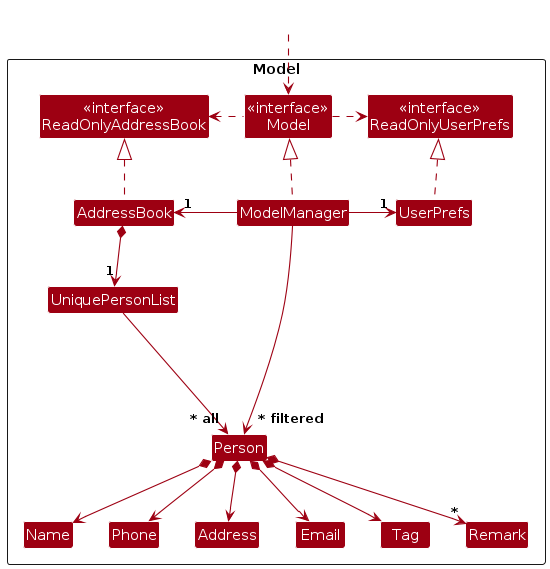
Above: diagrams/ModelClassDiagram.png in hazzle23/tp (PlantUML), before the change. Its source is kept beside it as diagrams/ModelClassDiagram.puml. Source of this version:
```plantuml
@startuml
!include style.puml
skinparam arrowThickness 1.1
skinparam arrowColor MODEL_COLOR
skinparam classBackgroundColor MODEL_COLOR

Package Model as ModelPackage <<Rectangle>>{
Class "<<interface>>\nReadOnlyAddressBook" as ReadOnlyAddressBook
Class "<<interface>>\nReadOnlyUserPrefs" as ReadOnlyUserPrefs
Class "<<interface>>\nModel" as Model
Class AddressBook
Class ModelManager
Class UserPrefs

Class UniquePersonList
Class Person
Class Address
Class Email
Class Name
Class Phone
Class Tag
Class Remark

Class I #FFFFFF
}

Class HiddenOutside #FFFFFF
HiddenOutside ..> Model

AddressBook .up.|> ReadOnlyAddressBook

ModelManager .up.|> Model
Model .right.> ReadOnlyUserPrefs
Model .left.> ReadOnlyAddressBook
ModelManager -left-> "1" AddressBook
ModelManager -right-> "1" UserPrefs
UserPrefs .up.|> ReadOnlyUserPrefs

AddressBook *--> "1" UniquePersonList
UniquePersonList --> "~* all" Person
Person *--> Name
Person *--> Phone
Person *--> Email
Person *--> Address
Person *--> Tag
Person *--> "*" Remark

Person -[hidden]up--> I
UniquePersonList -[hidden]right-> I

Name -[hidden]right-> Phone
Phone -[hidden]right-> Address
Address -[hidden]right-> Email


ModelManager --> "~* filtered" Person
@enduml
```
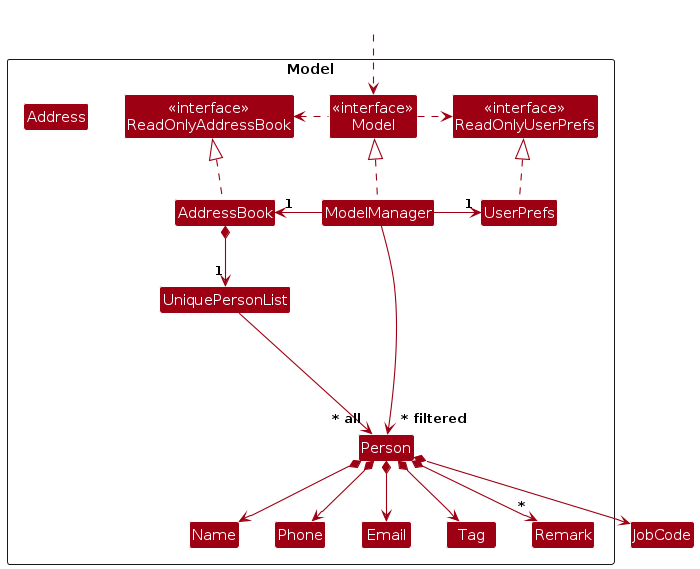
Later version of the same file.

What changed in the source:
```diff
@@ -41,7 +41,7 @@
 Person *--> Name
 Person *--> Phone
 Person *--> Email
-Person *--> Address
+Person *--> JobCode
 Person *--> Tag
 Person *--> "*" Remark
 
@@ -49,8 +49,8 @@
 UniquePersonList -[hidden]right-> I
 
 Name -[hidden]right-> Phone
-Phone -[hidden]right-> Address
-Address -[hidden]right-> Email
+Phone -[hidden]right-> JobCode
+JobCode -[hidden]right-> Email
 
 
 ModelManager --> "~* filtered" Person
```
